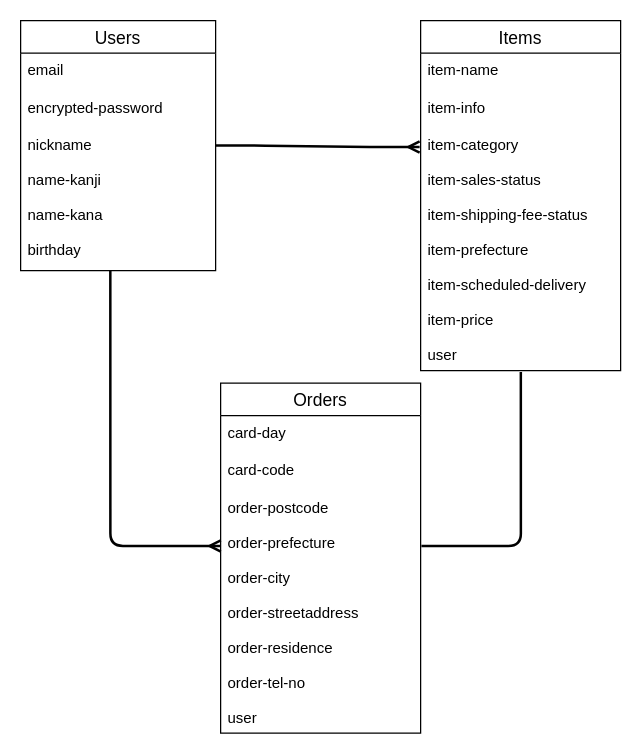
This is page "ページ1" (1 of 2) of furima.dio from Rui-Tanizaki/furima-40276, a draw.io file, before an edit. Source tidied: cells renumbered, new cells numbered last; positions are measured from the earlier drawing's top-left corner, leaving out a move shared by most shapes. Both pictures are drawn from the tidied source at 125%, with x=0, y=0 at pixel (20, 20).
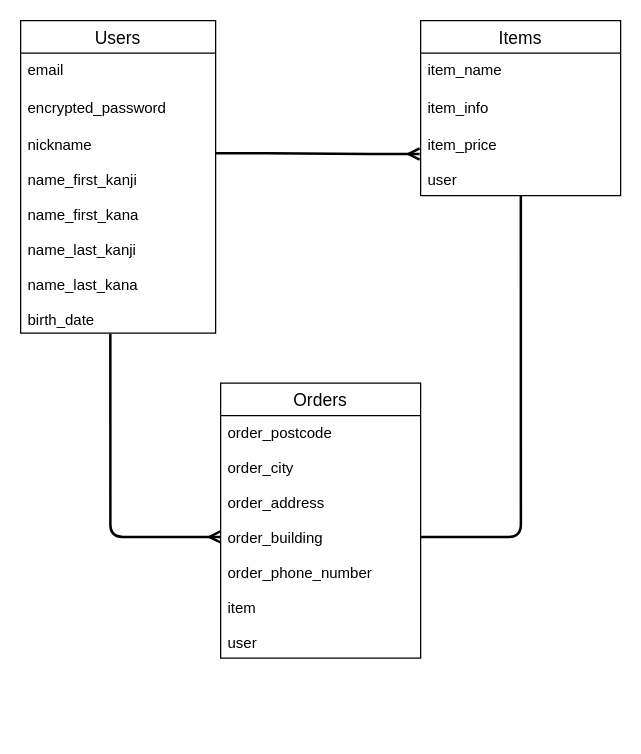
After the change.

Commit message (it also covers changes not shown here):
ER図・マークダウンの訂正

The edit, as a diff of the source:
```diff
@@
 <mxGraphModel>
   <root>
     <mxCell id="0" />
     <mxCell id="1" parent="0" />
     <mxCell id="2" value="Items" style="swimlane;fontStyle=0;horizontal=1;startSize=26;align=center;fontSize=14;strokeColor=default;" parent="1" vertex="1">
-      <mxGeometry x="320" width="160" height="280" as="geometry" />
+      <mxGeometry x="320" width="160" height="140" as="geometry" />
     </mxCell>
-    <mxCell id="3" value="item-name" style="text;strokeColor=none;fillColor=none;spacingLeft=4;spacingRight=4;overflow=hidden;fontSize=12;dashed=1;dashPattern=1 2;" parent="2" vertex="1">
+    <mxCell id="3" value="item_name" style="text;strokeColor=none;fillColor=none;spacingLeft=4;spacingRight=4;overflow=hidden;fontSize=12;dashed=1;dashPattern=1 2;" parent="2" vertex="1">
       <mxGeometry y="26" width="160" height="30" as="geometry" />
     </mxCell>
-    <mxCell id="4" value="item-info" style="text;strokeColor=none;fillColor=none;spacingLeft=4;spacingRight=4;overflow=hidden;fontSize=12;dashed=1;dashPattern=1 2;" parent="2" vertex="1">
+    <mxCell id="4" value="item_info" style="text;strokeColor=none;fillColor=none;spacingLeft=4;spacingRight=4;overflow=hidden;fontSize=12;dashed=1;dashPattern=1 2;" parent="2" vertex="1">
       <mxGeometry y="56" width="160" height="30" as="geometry" />
     </mxCell>
-    <mxCell id="5" value="item-category&#10;&#10;item-sales-status&#10;&#10;item-shipping-fee-status&#10;&#10;item-prefecture&#10;&#10;item-scheduled-delivery&#10;&#10;item-price&#10;&#10;user" style="text;strokeColor=none;fillColor=none;spacingLeft=4;spacingRight=4;overflow=hidden;points=[[0,0.5],[1,0.5]];portConstraint=eastwest;fontSize=12;dashed=1;dashPattern=1 2;" parent="2" vertex="1">
-      <mxGeometry y="86" width="160" height="194" as="geometry" />
+    <mxCell id="5" value="item_price&#10;&#10;user" style="text;strokeColor=none;fillColor=none;spacingLeft=4;spacingRight=4;overflow=hidden;points=[[0,0.5],[1,0.5]];portConstraint=eastwest;fontSize=12;dashed=1;dashPattern=1 2;" parent="2" vertex="1">
+      <mxGeometry y="86" width="160" height="54" as="geometry" />
     </mxCell>
     <mxCell id="6" value="Users" style="swimlane;fontStyle=0;horizontal=1;startSize=26;align=center;fontSize=14;strokeColor=default;" parent="1" vertex="1">
-      <mxGeometry width="156" height="200" as="geometry" />
+      <mxGeometry width="156" height="250" as="geometry" />
     </mxCell>
     <mxCell id="7" value="email" style="text;strokeColor=none;fillColor=none;spacingLeft=4;spacingRight=4;overflow=hidden;fontSize=12;dashed=1;dashPattern=1 2;" parent="6" vertex="1">
       <mxGeometry y="26" width="156" height="30" as="geometry" />
     </mxCell>
-    <mxCell id="8" value="encrypted-password" style="text;strokeColor=none;fillColor=none;spacingLeft=4;spacingRight=4;overflow=hidden;fontSize=12;dashed=1;dashPattern=1 2;" parent="6" vertex="1">
+    <mxCell id="8" value="encrypted_password" style="text;strokeColor=none;fillColor=none;spacingLeft=4;spacingRight=4;overflow=hidden;fontSize=12;dashed=1;dashPattern=1 2;" parent="6" vertex="1">
       <mxGeometry y="56" width="156" height="30" as="geometry" />
     </mxCell>
-    <mxCell id="9" value="nickname&#10;&#10;name-kanji&#10;&#10;name-kana&#10;&#10;birthday" style="text;strokeColor=none;fillColor=none;spacingLeft=4;spacingRight=4;overflow=hidden;points=[[0,0.5],[1,0.5]];portConstraint=eastwest;fontSize=12;dashed=1;dashPattern=1 2;" parent="6" vertex="1">
-      <mxGeometry y="86" width="156" height="114" as="geometry" />
+    <mxCell id="9" value="nickname&#10;&#10;name_first_kanji&#10;&#10;name_first_kana&#10;&#10;name_last_kanji&#10;&#10;name_last_kana&#10;&#10;birth_date" style="text;strokeColor=none;fillColor=none;spacingLeft=4;spacingRight=4;overflow=hidden;points=[[0,0.5],[1,0.5]];portConstraint=eastwest;fontSize=12;dashed=1;dashPattern=1 2;" parent="6" vertex="1">
+      <mxGeometry y="86" width="156" height="164" as="geometry" />
     </mxCell>
     <mxCell id="10" value="Orders" style="swimlane;fontStyle=0;horizontal=1;startSize=26;align=center;fontSize=14;" parent="1" vertex="1">
-      <mxGeometry x="160" y="290" width="160" height="280" as="geometry" />
+      <mxGeometry x="160" y="290" width="160" height="220" as="geometry" />
     </mxCell>
-    <mxCell id="11" value="card-day" style="text;strokeColor=none;fillColor=none;spacingLeft=4;spacingRight=4;overflow=hidden;fontSize=12;" parent="10" vertex="1">
-      <mxGeometry y="26" width="160" height="30" as="geometry" />
-    </mxCell>
-    <mxCell id="12" value="card-code" style="text;strokeColor=none;fillColor=none;spacingLeft=4;spacingRight=4;overflow=hidden;fontSize=12;" parent="10" vertex="1">
-      <mxGeometry y="56" width="160" height="30" as="geometry" />
-    </mxCell>
-    <mxCell id="13" value="order-postcode&#10;&#10;order-prefecture&#10;&#10;order-city&#10;&#10;order-streetaddress&#10;&#10;order-residence&#10;&#10;order-tel-no&#10;&#10;user" style="text;strokeColor=none;fillColor=none;spacingLeft=4;spacingRight=4;overflow=hidden;points=[[0,0.5],[1,0.5]];portConstraint=eastwest;fontSize=12;" parent="10" vertex="1">
-      <mxGeometry y="86" width="160" height="194" as="geometry" />
+    <mxCell id="13" value="order_postcode&#10;&#10;order_city&#10;&#10;order_address&#10;&#10;order_building&#10;&#10;order_phone_number&#10;&#10;item&#10;&#10;user" style="text;strokeColor=none;fillColor=none;spacingLeft=4;spacingRight=4;overflow=hidden;points=[[0,0.5],[1,0.5]];portConstraint=eastwest;fontSize=12;" parent="10" vertex="1">
+      <mxGeometry y="26" width="160" height="194" as="geometry" />
     </mxCell>
-    <mxCell id="14" style="edgeStyle=entityRelationEdgeStyle;fontSize=12;html=1;endArrow=ERmany;strokeWidth=2;endFill=0;sourcePerimeterSpacing=6;targetPerimeterSpacing=7;rounded=1;exitX=0.999;exitY=0.122;exitDx=0;exitDy=0;exitPerimeter=0;entryX=-0.005;entryY=0.078;entryDx=0;entryDy=0;entryPerimeter=0;" parent="1" edge="1" source="9" target="5">
+    <mxCell id="14" style="edgeStyle=entityRelationEdgeStyle;fontSize=12;html=1;endArrow=ERmany;strokeWidth=2;endFill=0;sourcePerimeterSpacing=6;targetPerimeterSpacing=7;rounded=1;exitX=0.999;exitY=0.122;exitDx=0;exitDy=0;exitPerimeter=0;entryX=-0.005;entryY=0.385;entryDx=0;entryDy=0;entryPerimeter=0;" parent="1" edge="1" source="9" target="5">
       <mxGeometry relative="1" as="geometry" />
     </mxCell>
-    <mxCell id="15" style="edgeStyle=orthogonalEdgeStyle;fontSize=12;html=1;endArrow=ERmany;rounded=1;strokeWidth=2;sourcePerimeterSpacing=6;targetPerimeterSpacing=7;exitX=0.46;exitY=1.003;exitDx=0;exitDy=0;exitPerimeter=0;entryX=0.001;entryY=0.228;entryDx=0;entryDy=0;entryPerimeter=0;" parent="1" edge="1" source="9" target="13">
+    <mxCell id="15" style="edgeStyle=orthogonalEdgeStyle;fontSize=12;html=1;endArrow=ERmany;rounded=1;strokeWidth=2;sourcePerimeterSpacing=6;targetPerimeterSpacing=7;exitX=0.46;exitY=1.003;exitDx=0;exitDy=0;exitPerimeter=0;entryX=0;entryY=0.5;entryDx=0;entryDy=0;" parent="1" edge="1" source="9" target="13">
       <mxGeometry relative="1" as="geometry">
         <Array as="points">
-          <mxPoint x="72" y="420" />
+          <mxPoint x="72" y="413" />
         </Array>
       </mxGeometry>
     </mxCell>
-    <mxCell id="16" style="edgeStyle=orthogonalEdgeStyle;fontSize=12;html=1;endArrow=none;startArrow=none;rounded=1;strokeWidth=2;sourcePerimeterSpacing=7;targetPerimeterSpacing=7;entryX=0.501;entryY=1.006;entryDx=0;entryDy=0;entryPerimeter=0;exitX=1.004;exitY=0.228;exitDx=0;exitDy=0;exitPerimeter=0;startFill=0;startSize=6;endFill=0;" parent="1" edge="1" source="13" target="5">
+    <mxCell id="16" style="edgeStyle=orthogonalEdgeStyle;fontSize=12;html=1;endArrow=none;startArrow=none;rounded=1;strokeWidth=2;sourcePerimeterSpacing=7;targetPerimeterSpacing=7;entryX=0.501;entryY=1.006;entryDx=0;entryDy=0;entryPerimeter=0;startFill=0;startSize=6;endFill=0;exitX=1;exitY=0.5;exitDx=0;exitDy=0;" parent="1" edge="1" source="13" target="5">
       <mxGeometry relative="1" as="geometry">
         <Array as="points">
-          <mxPoint x="400" y="420" />
+          <mxPoint x="400" y="413" />
         </Array>
       </mxGeometry>
     </mxCell>
   </root>
 </mxGraphModel>
```
